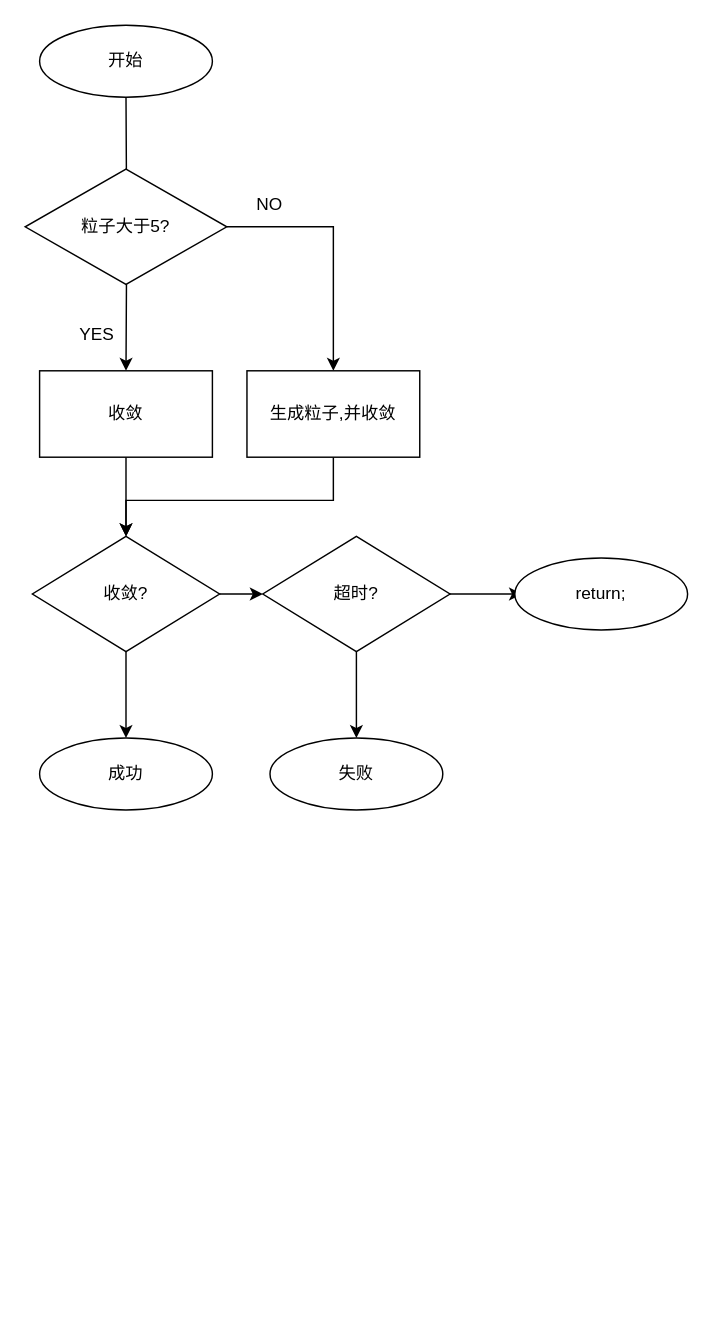
Above: page "动态重定位流程" (3 of 3) of Untitled Diagram.drawio in peitianyu/draw.io (draw.io), before the change. Source tidied: cells renumbered, new cells numbered last; positions are measured from the earlier drawing's top-left corner, leaving out a move shared by most shapes. Both pictures are drawn from the tidied source at 144%, with x=0, y=0 at pixel (24, 24).
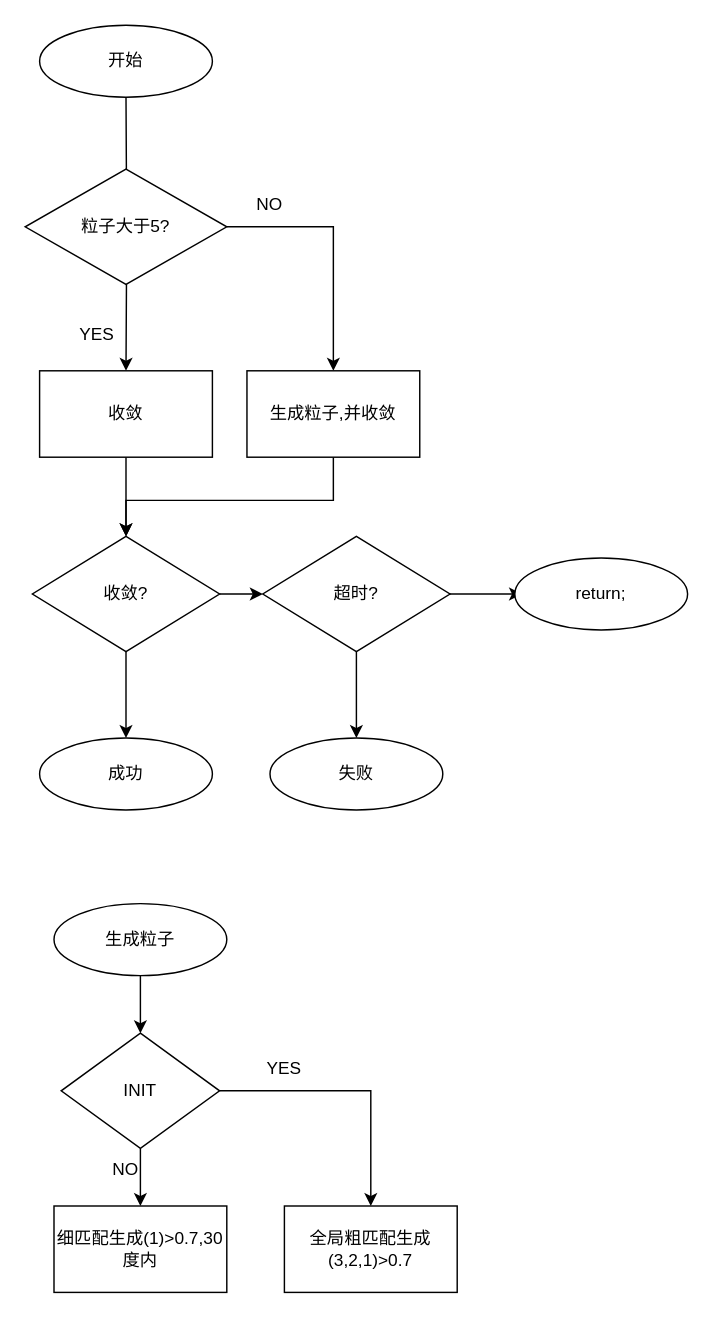
The same diagram, later.

What changed in the source:
```diff
@@
+    <mxCell id="21" style="edgeStyle=orthogonalEdgeStyle;rounded=0;jettySize=auto;html=1;" parent="1" edge="1" source="22" target="25">
+      <mxGeometry relative="1" as="geometry" />
+    </mxCell>
+    <mxCell id="22" value="生成粒子" style="ellipse;whiteSpace=wrap;html=1;" parent="1" vertex="1">
+      <mxGeometry x="20" y="610" width="120" height="50" as="geometry" />
+    </mxCell>
+    <mxCell id="23" style="edgeStyle=orthogonalEdgeStyle;rounded=0;jettySize=auto;html=1;" parent="1" edge="1" source="25" target="26">
+      <mxGeometry relative="1" as="geometry" />
+    </mxCell>
+    <mxCell id="24" style="edgeStyle=orthogonalEdgeStyle;rounded=0;jettySize=auto;html=1;" parent="1" edge="1" source="25" target="27">
+      <mxGeometry relative="1" as="geometry" />
+    </mxCell>
+    <mxCell id="25" value="INIT" style="rhombus;whiteSpace=wrap;html=1;" parent="1" vertex="1">
+      <mxGeometry x="25" y="700" width="110" height="80" as="geometry" />
+    </mxCell>
+    <mxCell id="26" value="全局粗匹配生成(3,2,1)&amp;gt;0.7" style="whiteSpace=wrap;html=1;" parent="1" vertex="1">
+      <mxGeometry x="180" y="820" width="120" height="60" as="geometry" />
+    </mxCell>
+    <mxCell id="27" value="细匹配生成(1)&amp;gt;0.7,30度内" style="whiteSpace=wrap;html=1;" parent="1" vertex="1">
+      <mxGeometry x="20" y="820" width="120" height="60" as="geometry" />
+    </mxCell>
+    <mxCell id="28" value="YES" style="text;html=1;strokeColor=none;fillColor=none;align=center;verticalAlign=middle;whiteSpace=wrap;rounded=0;" parent="1" vertex="1">
+      <mxGeometry x="150" y="710" width="60" height="30" as="geometry" />
+    </mxCell>
+    <mxCell id="29" value="NO" style="text;html=1;strokeColor=none;fillColor=none;align=center;verticalAlign=middle;whiteSpace=wrap;rounded=0;" parent="1" vertex="1">
+      <mxGeometry x="40" y="780" width="60" height="30" as="geometry" />
+    </mxCell>
```
